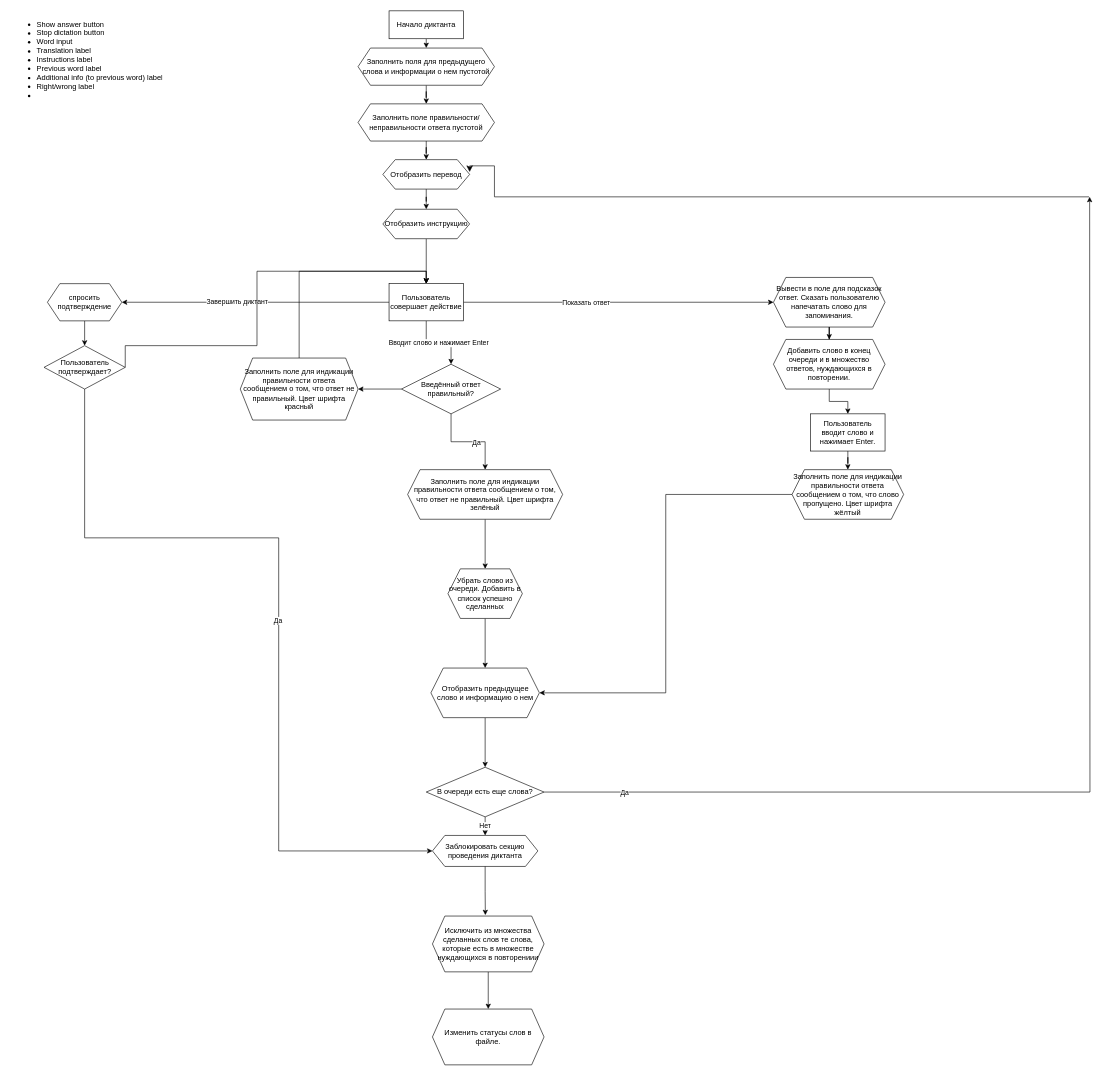
Above: desktop_version/dictation_process.drawio in pronamka/dictation_manager (draw.io), before the change. Source tidied: cells renumbered, new cells numbered last; positions are measured from the earlier drawing's top-left corner, leaving out a move shared by most shapes. Both pictures are drawn from the tidied source at 62%, with x=0, y=0 at pixel (11, 11).
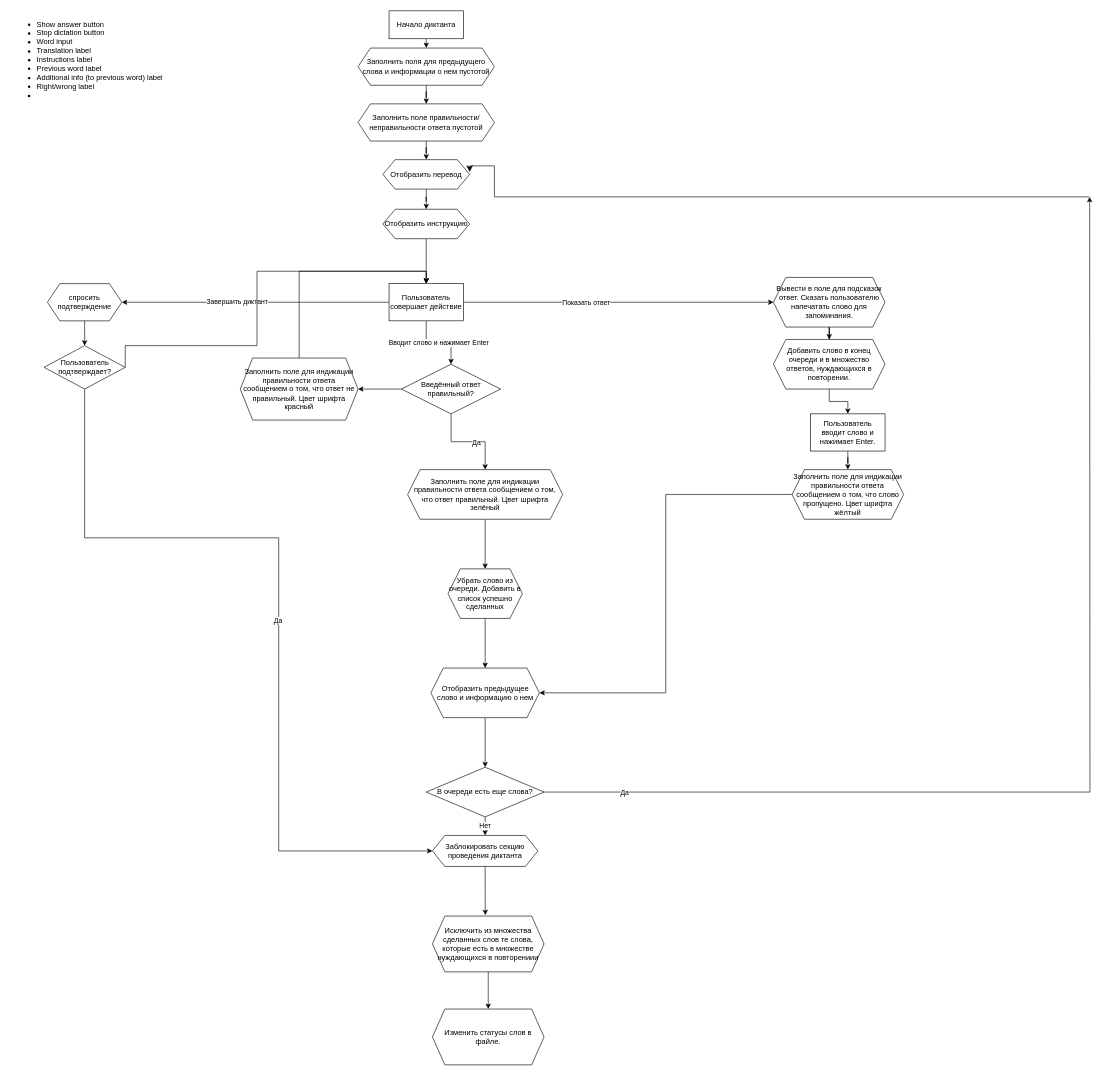
The same diagram, later.

Change to the diagram source:
```diff
@@
-    <mxCell id="37" value="Заполнить поле для индикации правильности ответа сообщением о том, что ответ не правильный. Цвет шрифта зелёный" style="shape=hexagon;perimeter=hexagonPerimeter2;whiteSpace=wrap;html=1;fixedSize=1;rounded=0;" parent="1" vertex="1">
+    <mxCell id="37" value="Заполнить поле для индикации правильности ответа сообщением о том, что ответ правильный. Цвет шрифта зелёный" style="shape=hexagon;perimeter=hexagonPerimeter2;whiteSpace=wrap;html=1;fixedSize=1;rounded=0;" parent="1" vertex="1">
       <mxGeometry x="640" y="740" width="250" height="80" as="geometry" />
     </mxCell>
```
